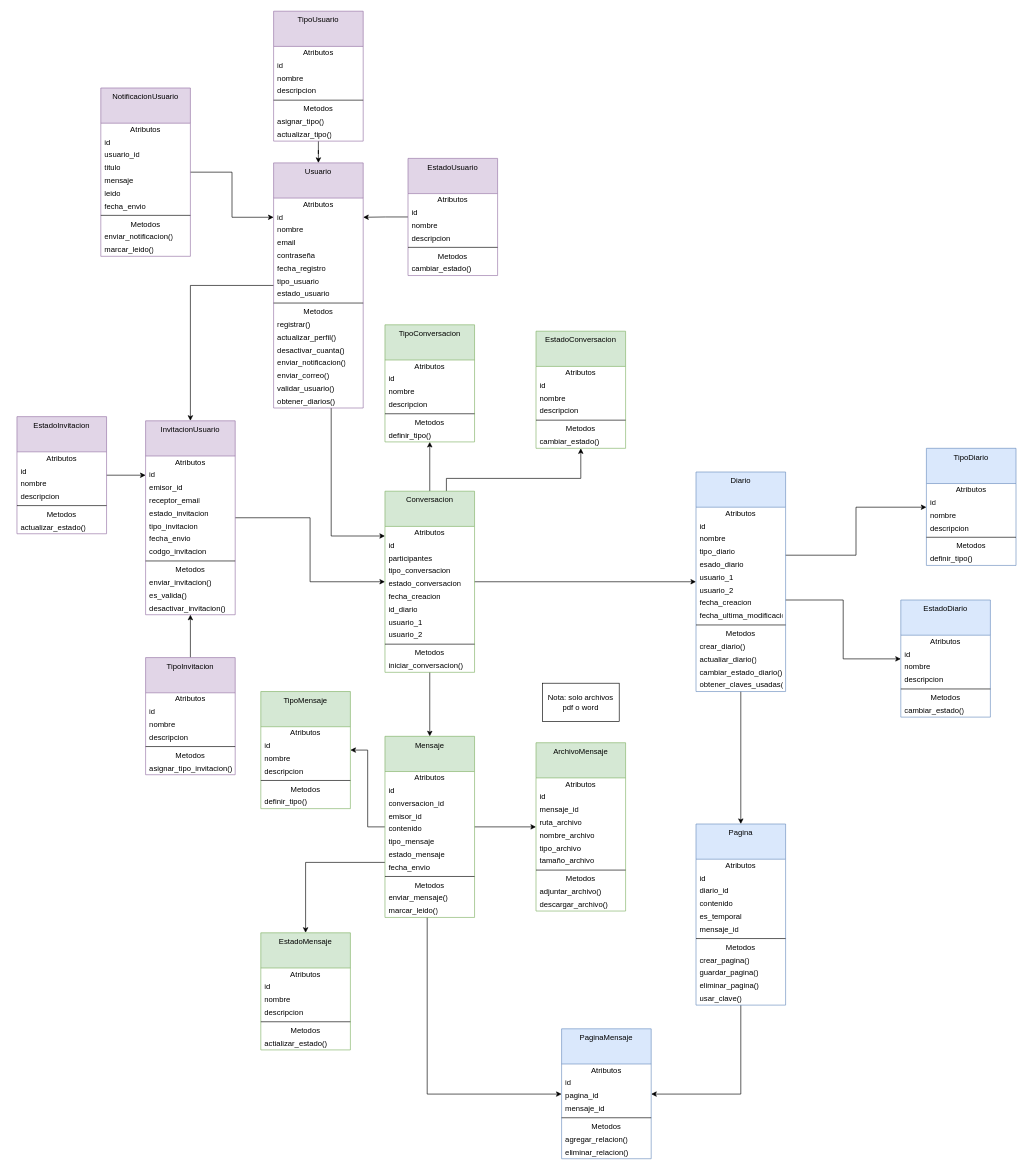
Earlier version of the draw.io diagram page "Modelo Dominio" (5 of 5) of ExtraClase/Modelo.drawio (shesho22/IS2). Source tidied: cells renumbered, new cells numbered last; positions are measured from the earlier drawing's top-left corner, leaving out a move shared by most shapes. Both pictures are drawn from the tidied source at 64%, with x=0, y=0 at pixel (17, 11).
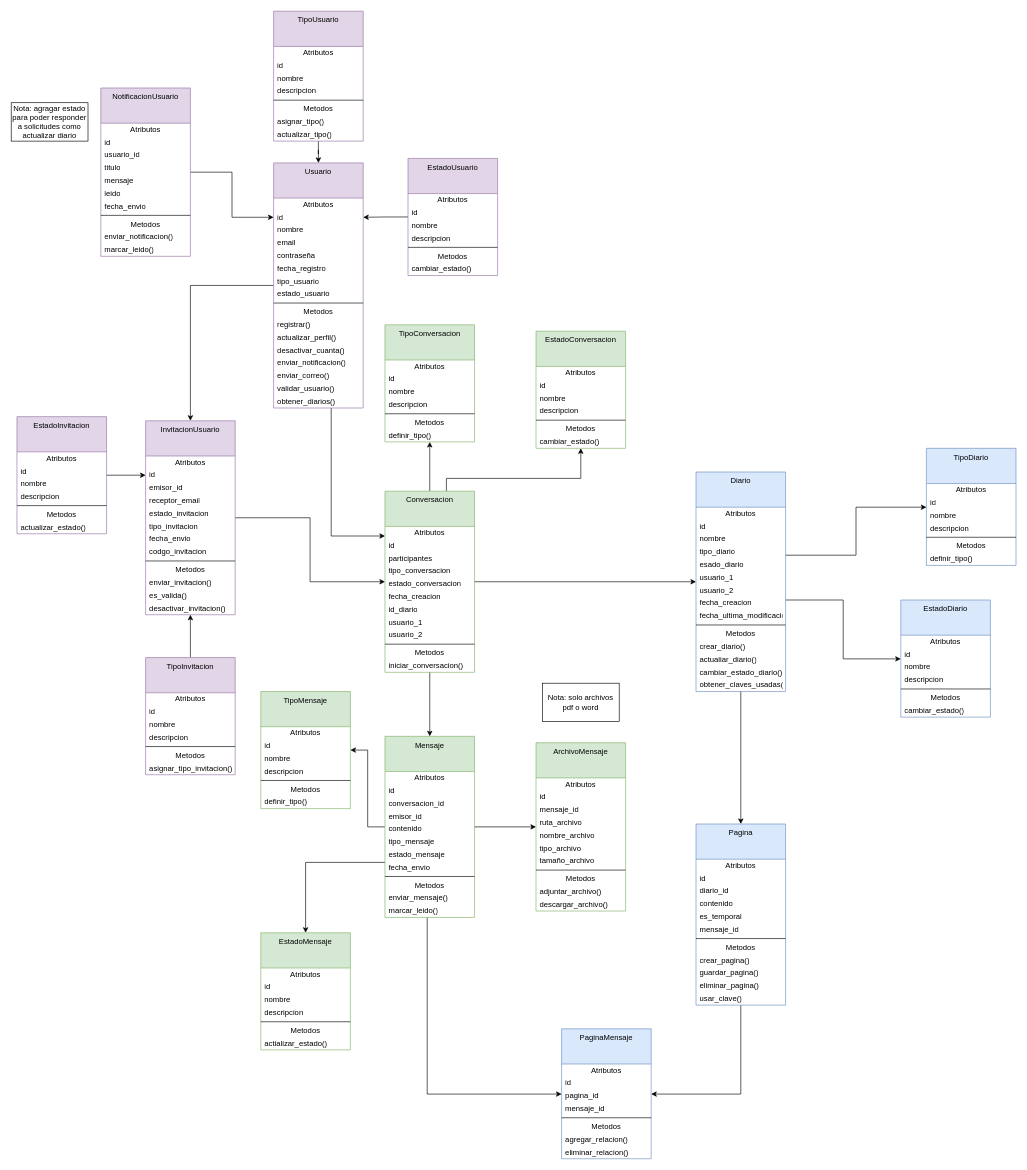
The same page after the edit.

Change to the diagram source:
```diff
@@
+    <mxCell id="224" value="Nota: agragar estado para poder responder a solicitudes como actualizar diario" style="rounded=0;whiteSpace=wrap;html=1;" parent="1" vertex="1">
+      <mxGeometry x="-9" y="143" width="120" height="60" as="geometry" />
+    </mxCell>
```
